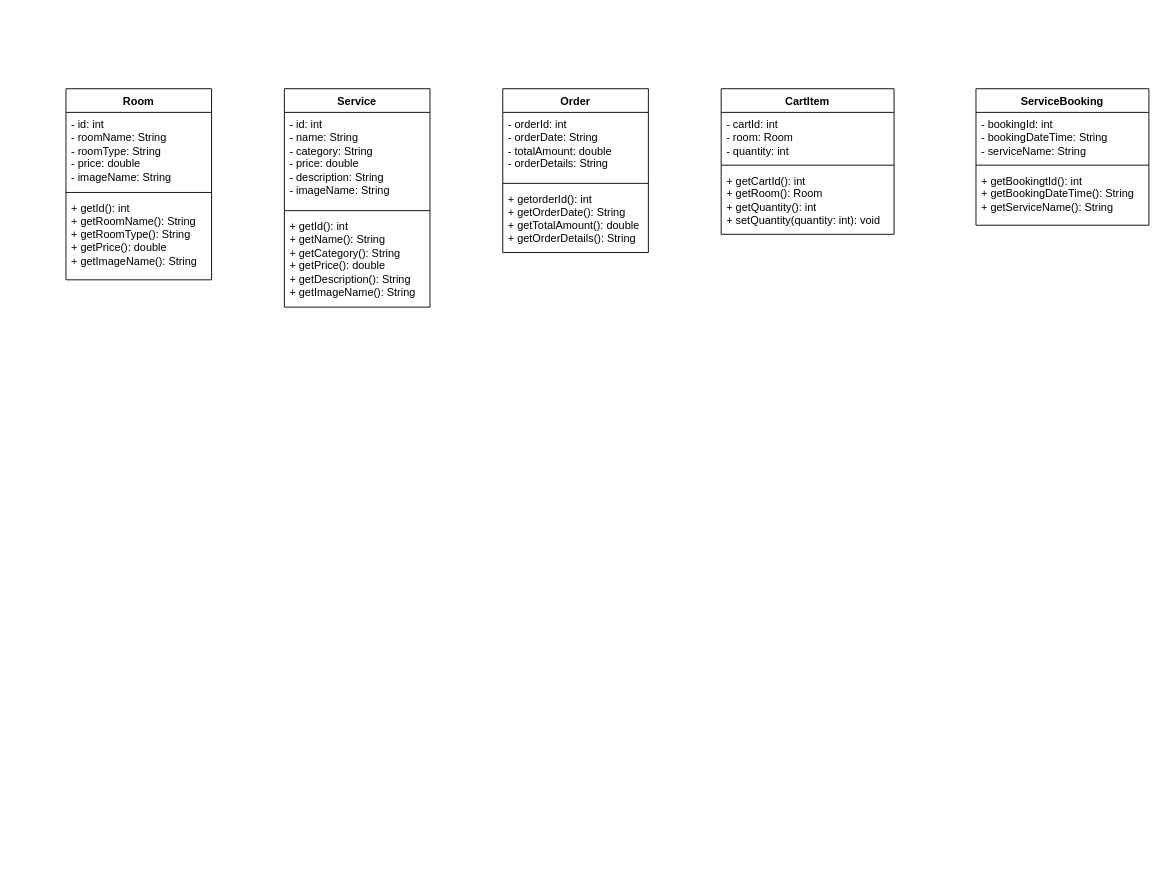
Earlier version of the draw.io diagram MAD Class Diagram V1.drawio (redhooddev/diagrams). Source tidied: cells renumbered, new cells numbered last; positions are measured from the earlier drawing's top-left corner, leaving out a move shared by most shapes. Both pictures are drawn from the tidied source at 91%, with x=0, y=0 at pixel (66, 88).
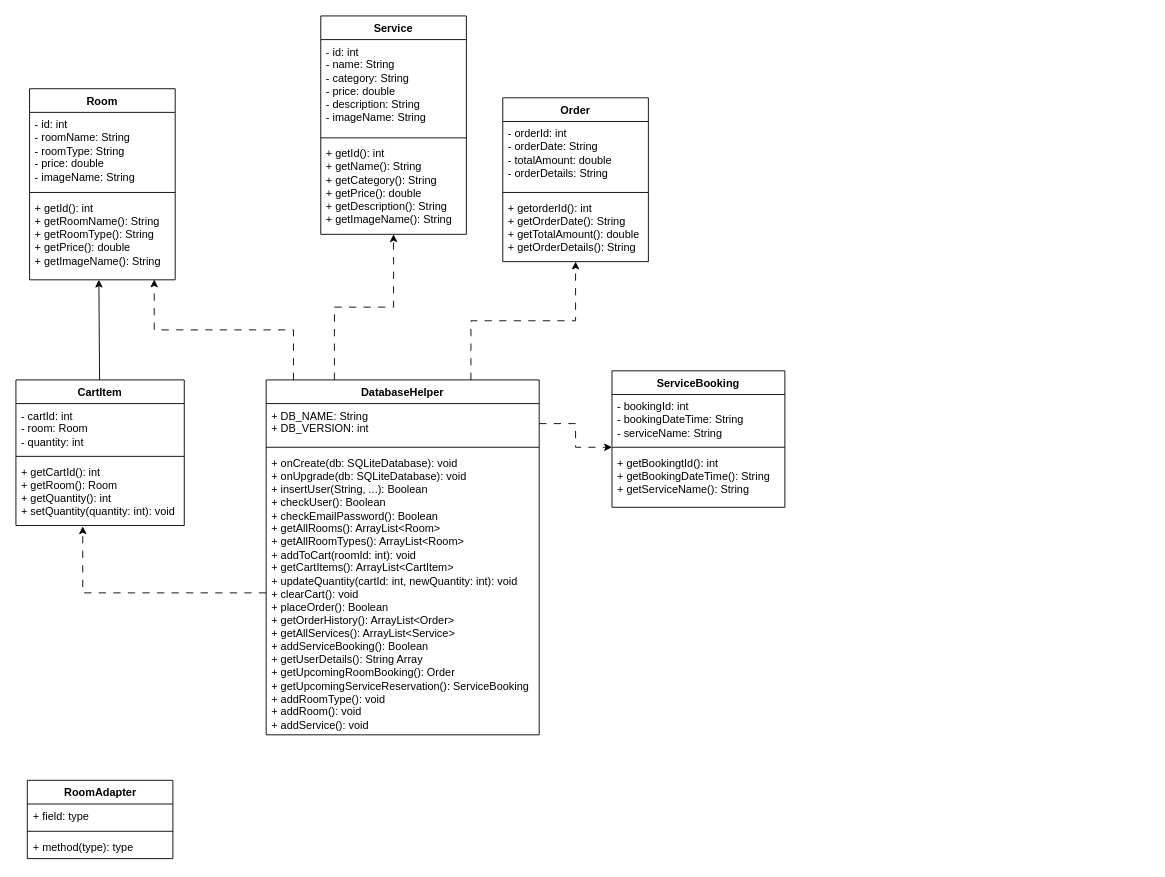
Above is the later version.

The change refers to these unchanged cells:
```xml
<mxCell id="5" value="+ getId(): int&lt;div&gt;+ getRoomName(): String&lt;/div&gt;&lt;div&gt;+ getRoomType(): String&lt;/div&gt;&lt;div&gt;+ getPrice(): double&lt;/div&gt;&lt;div&gt;+ getImageName(): String&lt;/div&gt;" style="text;strokeColor=none;fillColor=none;align=left;verticalAlign=top;spacingLeft=4;spacingRight=4;overflow=hidden;points=[[0,0.5],[1,0.5]];portConstraint=eastwest;whiteSpace=wrap;html=1;" parent="2" vertex="1">
  <mxGeometry y="118" width="160" height="92" as="geometry" />
</mxCell>
<mxCell id="9" value="+ getId(): int&lt;div&gt;+ getName(): String&lt;/div&gt;&lt;div&gt;+ getCategory(): String&lt;/div&gt;&lt;div&gt;+ getPrice(): double&lt;/div&gt;&lt;div&gt;+ getDescription(): String&lt;/div&gt;&lt;div&gt;+ getImageName(): String&lt;/div&gt;" style="text;strokeColor=none;fillColor=none;align=left;verticalAlign=top;spacingLeft=4;spacingRight=4;overflow=hidden;points=[[0,0.5],[1,0.5]];portConstraint=eastwest;whiteSpace=wrap;html=1;" parent="6" vertex="1">
  <mxGeometry y="138" width="160" height="102" as="geometry" />
</mxCell>
<mxCell id="20" style="line;strokeWidth=1;fillColor=none;align=left;verticalAlign=middle;spacingTop=-1;spacingLeft=3;spacingRight=3;labelPosition=right;points=[];portConstraint=eastwest;strokeColor=inherit;" parent="18" vertex="1">
  <mxGeometry y="80" width="190" height="8" as="geometry" />
</mxCell>
```

Diff of the diagram source:
```diff
@@
     <mxCell id="2" value="Room" style="swimlane;fontStyle=1;align=center;verticalAlign=top;horizontal=1;startSize=26;whiteSpace=wrap;html=1;" parent="1" vertex="1">
-      <mxGeometry width="160" height="210" as="geometry" />
+      <mxGeometry x="-40" width="160" height="210" as="geometry" />
     </mxCell>
@@
     <mxCell id="6" value="Service" style="swimlane;fontStyle=1;align=center;verticalAlign=top;horizontal=1;startSize=26;whiteSpace=wrap;html=1;" parent="1" vertex="1">
-      <mxGeometry x="240" width="160" height="240" as="geometry" />
+      <mxGeometry x="280" y="-80" width="160" height="240" as="geometry" />
     </mxCell>
@@
     <mxCell id="10" value="Order" style="swimlane;fontStyle=1;align=center;verticalAlign=top;horizontal=1;startSize=26;whiteSpace=wrap;html=1;" parent="1" vertex="1">
-      <mxGeometry x="480" width="160" height="180" as="geometry" />
+      <mxGeometry x="480" y="10" width="160" height="180" as="geometry" />
     </mxCell>
@@
     <mxCell id="14" value="CartItem" style="swimlane;fontStyle=1;align=center;verticalAlign=top;horizontal=1;startSize=26;whiteSpace=wrap;html=1;" parent="1" vertex="1">
-      <mxGeometry x="720" width="190" height="160" as="geometry" />
+      <mxGeometry x="-55" y="320" width="185" height="160" as="geometry" />
     </mxCell>
     <mxCell id="15" value="- cartId: int&lt;div&gt;- room: Room&lt;/div&gt;&lt;div&gt;- quantity: int&lt;/div&gt;" style="text;strokeColor=none;fillColor=none;align=left;verticalAlign=top;spacingLeft=4;spacingRight=4;overflow=hidden;whiteSpace=wrap;html=1;" parent="14" vertex="1">
-      <mxGeometry y="26" width="190" height="54" as="geometry" />
+      <mxGeometry y="26" width="185" height="54" as="geometry" />
     </mxCell>
     <mxCell id="16" style="line;strokeWidth=1;fillColor=none;align=left;verticalAlign=middle;spacingTop=-1;spacingLeft=3;spacingRight=3;labelPosition=right;strokeColor=inherit;" parent="14" vertex="1">
-      <mxGeometry y="80" width="190" height="8" as="geometry" />
+      <mxGeometry y="80" width="185" height="8" as="geometry" />
     </mxCell>
     <mxCell id="17" value="+ getCartId(): int&lt;div&gt;+ getRoom(): Room&lt;/div&gt;&lt;div&gt;+ getQuantity(): int&lt;/div&gt;&lt;div&gt;+ setQuantity(quantity: int): void&lt;/div&gt;" style="text;strokeColor=none;fillColor=none;align=left;verticalAlign=top;spacingLeft=4;spacingRight=4;overflow=hidden;points=[[0,0.5],[1,0.5]];portConstraint=eastwest;whiteSpace=wrap;html=1;" parent="14" vertex="1">
-      <mxGeometry y="88" width="190" height="72" as="geometry" />
+      <mxGeometry y="88" width="185" height="72" as="geometry" />
     </mxCell>
     <mxCell id="18" value="ServiceBooking" style="swimlane;fontStyle=1;align=center;verticalAlign=top;horizontal=1;startSize=26;whiteSpace=wrap;html=1;" parent="1" vertex="1">
-      <mxGeometry x="1000" width="190" height="150" as="geometry" />
+      <mxGeometry x="600" y="310" width="190" height="150" as="geometry" />
     </mxCell>
@@
+    <mxCell id="22" style="edgeStyle=orthogonalEdgeStyle;rounded=0;jettySize=auto;html=1;exitX=0.75;exitY=0;exitDx=0;exitDy=0;entryX=0.5;entryY=1;entryDx=0;entryDy=0;dashed=1;dashPattern=8 8;" parent="1" edge="1" source="23" target="10">
+      <mxGeometry relative="1" as="geometry" />
+    </mxCell>
+    <mxCell id="23" value="DatabaseHelper" style="swimlane;fontStyle=1;align=center;verticalAlign=top;horizontal=1;startSize=26;whiteSpace=wrap;html=1;" parent="1" vertex="1">
+      <mxGeometry x="220" y="320" width="300" height="390" as="geometry" />
+    </mxCell>
+    <mxCell id="24" value="+ DB_NAME: String&lt;div&gt;+ DB_VERSION: int&lt;/div&gt;" style="text;strokeColor=none;fillColor=none;align=left;verticalAlign=top;spacingLeft=4;spacingRight=4;overflow=hidden;points=[[0,0.5],[1,0.5]];portConstraint=eastwest;whiteSpace=wrap;html=1;" parent="23" vertex="1">
+      <mxGeometry y="26" width="300" height="44" as="geometry" />
+    </mxCell>
+    <mxCell id="25" style="line;strokeWidth=1;fillColor=none;align=left;verticalAlign=middle;spacingTop=-1;spacingLeft=3;spacingRight=3;labelPosition=right;strokeColor=inherit;" parent="23" vertex="1">
+      <mxGeometry y="70" width="300" height="8" as="geometry" />
+    </mxCell>
+    <mxCell id="26" value="+ onCreate(db: SQLiteDatabase): void&lt;div&gt;+ onUpgrade(&lt;span style=&quot;background-color: transparent; color: light-dark(rgb(0, 0, 0), rgb(255, 255, 255));&quot;&gt;db: SQLiteDatabase&lt;/span&gt;&lt;span style=&quot;background-color: transparent; color: light-dark(rgb(0, 0, 0), rgb(255, 255, 255));&quot;&gt;): void&lt;/span&gt;&lt;/div&gt;&lt;div&gt;+ insertUser(String, ...): Boolean&lt;/div&gt;&lt;div&gt;+ checkUser(): Boolean&lt;/div&gt;&lt;div&gt;+ checkEmailPassword(): Boolean&lt;/div&gt;&lt;div&gt;+ getAllRooms(): ArrayList&amp;lt;Room&amp;gt;&lt;/div&gt;&lt;div&gt;+ getAllRoomTypes(): ArrayList&amp;lt;Room&amp;gt;&lt;/div&gt;&lt;div&gt;+ addToCart(roomId: int): void&lt;/div&gt;&lt;div&gt;+ getCartItems(): ArrayList&amp;lt;CartItem&amp;gt;&lt;/div&gt;&lt;div&gt;+ updateQuantity(cartId: int, newQuantity: int): void&lt;/div&gt;&lt;div&gt;+ clearCart(): void&lt;/div&gt;&lt;div&gt;+ placeOrder(): Boolean&lt;/div&gt;&lt;div&gt;+ getOrderHistory(): ArrayList&amp;lt;Order&amp;gt;&lt;/div&gt;&lt;div&gt;+ getAllServices(): ArrayList&amp;lt;Service&amp;gt;&lt;/div&gt;&lt;div&gt;+ addServiceBooking(): Boolean&lt;/div&gt;&lt;div&gt;+ getUserDetails(): String Array&lt;/div&gt;&lt;div&gt;+ getUpcomingRoomBooking(): Order&lt;/div&gt;&lt;div&gt;+ getUpcomingServiceReservation(): ServiceBooking&lt;/div&gt;&lt;div&gt;+ addRoomType(): void&lt;/div&gt;&lt;div&gt;+ addRoom(): void&lt;/div&gt;&lt;div&gt;+ addService(): void&lt;/div&gt;" style="text;strokeColor=none;fillColor=none;align=left;verticalAlign=top;spacingLeft=4;spacingRight=4;overflow=hidden;points=[[0,0.5],[1,0.5]];portConstraint=eastwest;whiteSpace=wrap;html=1;" parent="23" vertex="1">
+      <mxGeometry y="78" width="300" height="312" as="geometry" />
+    </mxCell>
+    <mxCell id="27" style="rounded=0;jettySize=auto;html=1;entryX=0.476;entryY=0.999;entryDx=0;entryDy=0;entryPerimeter=0;" parent="1" edge="1" source="14" target="5">
+      <mxGeometry relative="1" as="geometry" />
+    </mxCell>
+    <mxCell id="28" style="edgeStyle=orthogonalEdgeStyle;rounded=0;jettySize=auto;html=1;entryX=0.856;entryY=0.996;entryDx=0;entryDy=0;entryPerimeter=0;dashed=1;dashPattern=8 8;" parent="1" edge="1" target="5">
+      <mxGeometry relative="1" as="geometry">
+        <mxPoint x="250" y="320" as="sourcePoint" />
+        <Array as="points">
+          <mxPoint x="250" y="320" />
+          <mxPoint x="250" y="265" />
+          <mxPoint x="97" y="265" />
+        </Array>
+      </mxGeometry>
+    </mxCell>
+    <mxCell id="29" style="edgeStyle=orthogonalEdgeStyle;rounded=0;jettySize=auto;html=1;exitX=0.25;exitY=0;exitDx=0;exitDy=0;entryX=0.5;entryY=1;entryDx=0;entryDy=0;entryPerimeter=0;dashed=1;dashPattern=8 8;" parent="1" edge="1" source="23" target="9">
+      <mxGeometry relative="1" as="geometry" />
+    </mxCell>
+    <mxCell id="30" style="edgeStyle=orthogonalEdgeStyle;rounded=0;jettySize=auto;html=1;exitX=0;exitY=0.5;exitDx=0;exitDy=0;entryX=0.397;entryY=1.013;entryDx=0;entryDy=0;entryPerimeter=0;dashed=1;dashPattern=8 8;" parent="1" edge="1" source="26" target="17">
+      <mxGeometry relative="1" as="geometry" />
+    </mxCell>
+    <mxCell id="31" style="edgeStyle=orthogonalEdgeStyle;rounded=0;jettySize=auto;html=1;exitX=1;exitY=0.5;exitDx=0;exitDy=0;dashed=1;dashPattern=8 8;" parent="1" edge="1" source="24" target="20">
+      <mxGeometry relative="1" as="geometry" />
+    </mxCell>
+    <mxCell id="32" value="RoomAdapter" style="swimlane;fontStyle=1;align=center;verticalAlign=top;horizontal=1;startSize=26;whiteSpace=wrap;html=1;" parent="1" vertex="1">
+      <mxGeometry x="-42.5" y="760" width="160" height="86" as="geometry" />
+    </mxCell>
+    <mxCell id="33" value="+ field: type" style="text;strokeColor=none;fillColor=none;align=left;verticalAlign=top;spacingLeft=4;spacingRight=4;overflow=hidden;whiteSpace=wrap;html=1;" parent="32" vertex="1">
+      <mxGeometry y="26" width="160" height="26" as="geometry" />
+    </mxCell>
+    <mxCell id="34" style="line;strokeWidth=1;fillColor=none;align=left;verticalAlign=middle;spacingTop=-1;spacingLeft=3;spacingRight=3;labelPosition=right;strokeColor=inherit;" parent="32" vertex="1">
+      <mxGeometry y="52" width="160" height="8" as="geometry" />
+    </mxCell>
+    <mxCell id="35" value="+ method(type): type" style="text;strokeColor=none;fillColor=none;align=left;verticalAlign=top;spacingLeft=4;spacingRight=4;overflow=hidden;whiteSpace=wrap;html=1;" parent="32" vertex="1">
+      <mxGeometry y="60" width="160" height="26" as="geometry" />
+    </mxCell>
```
